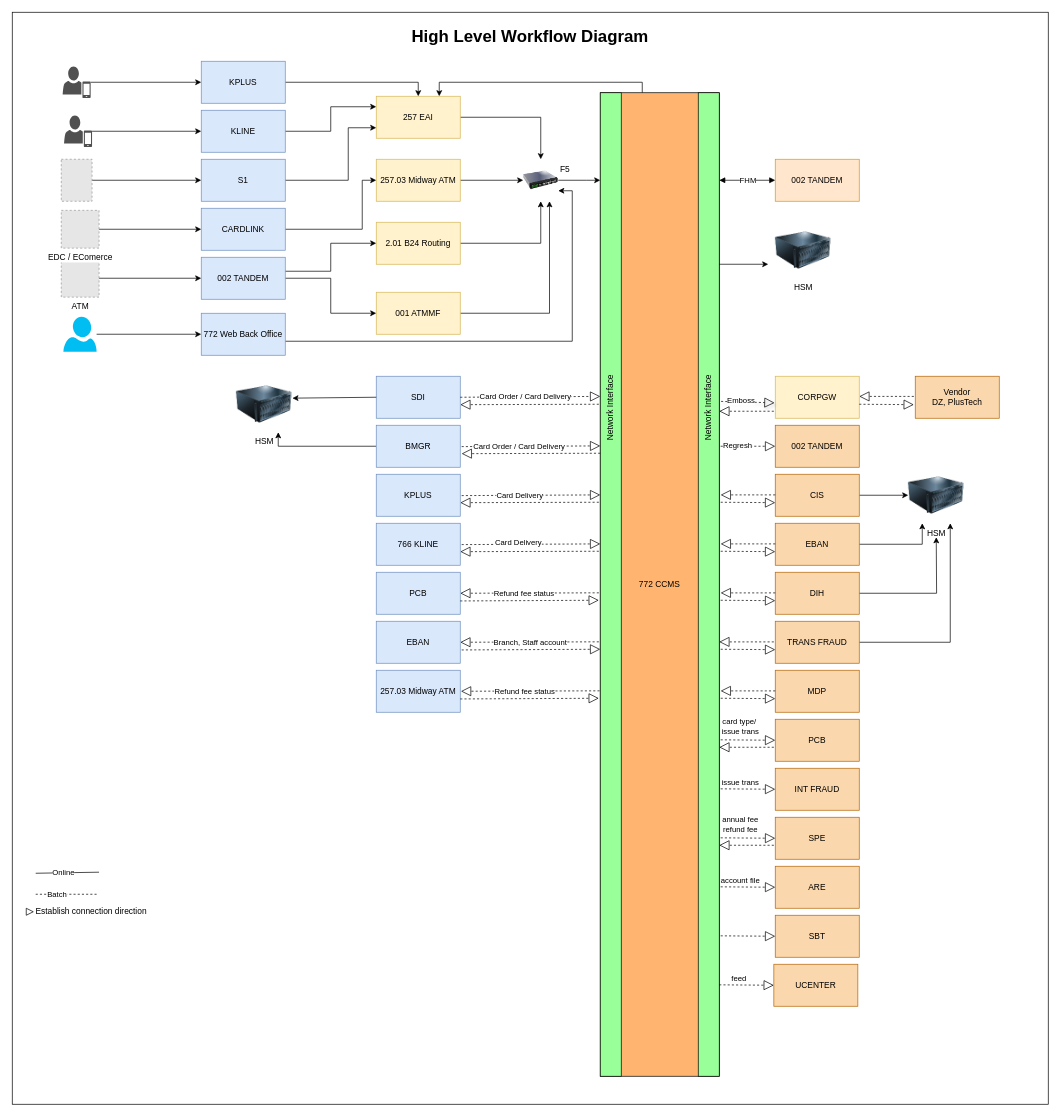
Above: page "High Level Diagram" (2 of 8) of CCMS_Diagram.drawio in chawaratr/drawio (draw.io), before the change. Source tidied: cells renumbered, new cells numbered last; positions are measured from the earlier drawing's top-left corner, leaving out a move shared by most shapes. Both pictures are drawn from the tidied source at 70%, with x=0, y=0 at pixel (12, 12). Pictures stored in the file or linked from it are replaced by grey dashed boxes.
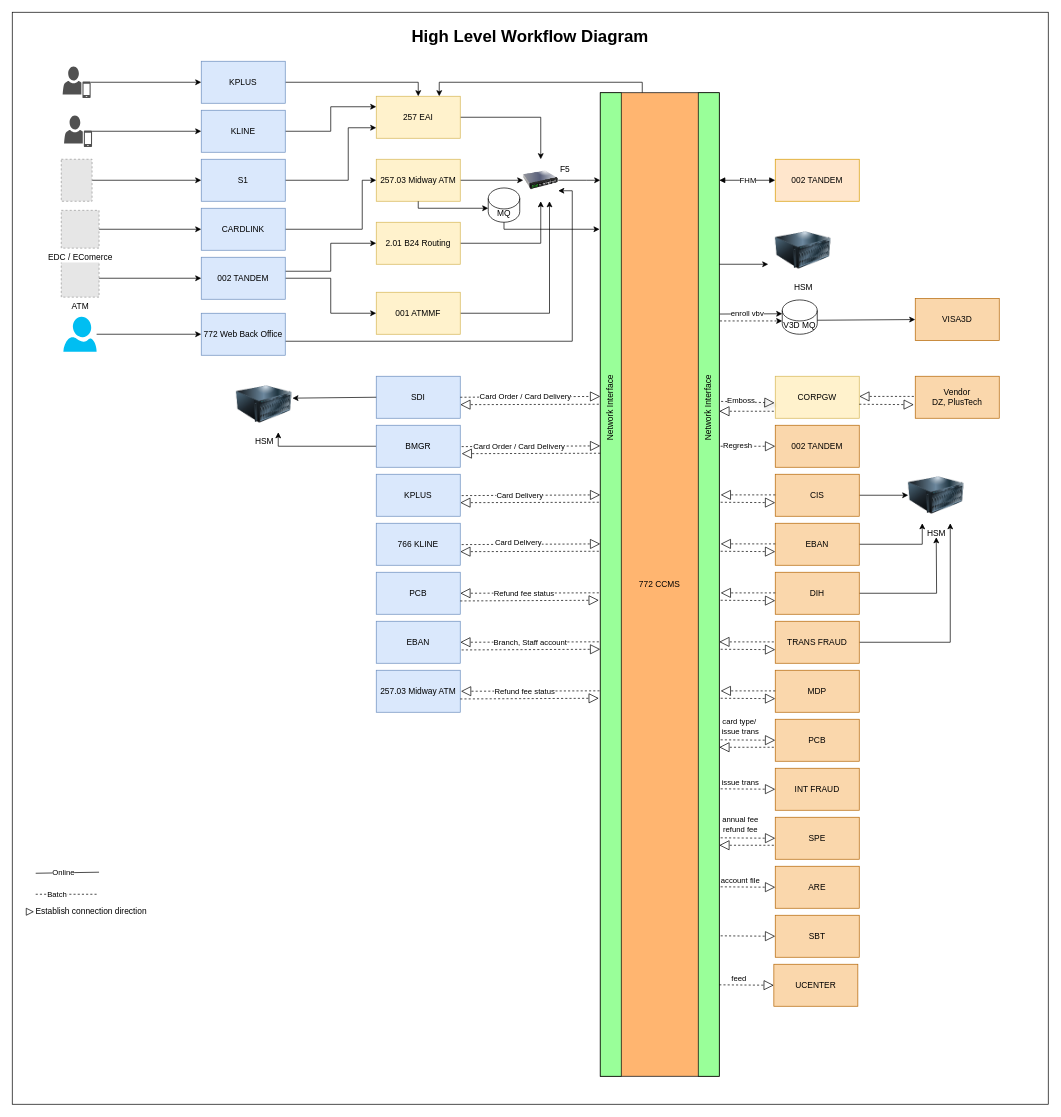
After the change.

Unchanged cells that the change refers to:
```xml
<mxCell id="10" value="257.03 Midway ATM" style="rounded=0;whiteSpace=wrap;html=1;fillColor=#fff2cc;strokeColor=#d6b656;" parent="1" vertex="1">
  <mxGeometry x="520" y="210" width="120" height="60" as="geometry" />
</mxCell>
<mxCell id="63" style="rounded=0;whiteSpace=wrap;html=1;fillColor=#99FF99;" parent="1" vertex="1">
  <mxGeometry x="980" y="115" width="30" height="1405" as="geometry" />
</mxCell>
```

Diff of the diagram source:
```diff
@@
+    <mxCell id="137" value="MQ" style="shape=cylinder3;whiteSpace=wrap;html=1;boundedLbl=1;backgroundOutline=1;size=15;" parent="1" vertex="1">
+      <mxGeometry x="680" y="251" width="45" height="49" as="geometry" />
+    </mxCell>
+    <mxCell id="138" style="edgeStyle=orthogonalEdgeStyle;rounded=0;jettySize=auto;html=1;exitX=0.5;exitY=1;exitDx=0;exitDy=0;" parent="1" edge="1" source="10">
+      <mxGeometry relative="1" as="geometry">
+        <mxPoint x="680" y="280" as="targetPoint" />
+        <Array as="points">
+          <mxPoint x="580" y="280" />
+        </Array>
+      </mxGeometry>
+    </mxCell>
+    <mxCell id="139" value="V3D MQ" style="shape=cylinder3;whiteSpace=wrap;html=1;boundedLbl=1;backgroundOutline=1;size=15;" parent="1" vertex="1">
+      <mxGeometry x="1100" y="411" width="50" height="49" as="geometry" />
+    </mxCell>
+    <mxCell id="140" style="endArrow=classic;html=1;rounded=0;entryX=0;entryY=0;entryDx=0;entryDy=19.75;entryPerimeter=0;exitX=1.029;exitY=0.225;exitDx=0;exitDy=0;exitPerimeter=0;" parent="1" edge="1" source="63" target="139">
+      <mxGeometry relative="1" as="geometry" />
+    </mxCell>
+    <mxCell id="141" value="enroll vbv" style="edgeLabel;html=1;align=center;verticalAlign=middle;" parent="140" vertex="1">
+      <mxGeometry x="-0.69" y="2" relative="1" as="geometry">
+        <mxPoint x="25" as="offset" />
+      </mxGeometry>
+    </mxCell>
+    <mxCell id="142" style="endArrow=classic;html=1;rounded=0;entryX=0;entryY=0;entryDx=0;entryDy=19.75;entryPerimeter=0;exitX=1.029;exitY=0.225;exitDx=0;exitDy=0;exitPerimeter=0;dashed=1;flowAnimation=1;" parent="1" edge="1">
+      <mxGeometry relative="1" as="geometry">
+        <mxPoint x="1011" y="441" as="sourcePoint" />
+        <mxPoint x="1100" y="441" as="targetPoint" />
+      </mxGeometry>
+    </mxCell>
+    <mxCell id="143" value="VISA3D" style="rounded=0;whiteSpace=wrap;html=1;fillColor=#fad7ac;strokeColor=#b46504;" parent="1" vertex="1">
+      <mxGeometry x="1290" y="409" width="120" height="60" as="geometry" />
+    </mxCell>
+    <mxCell id="144" style="endArrow=classic;html=1;rounded=0;entryX=0;entryY=0.5;entryDx=0;entryDy=0;" parent="1" edge="1" target="143">
+      <mxGeometry relative="1" as="geometry">
+        <mxPoint x="1150" y="440" as="sourcePoint" />
+      </mxGeometry>
+    </mxCell>
+    <mxCell id="145" style="edgeStyle=orthogonalEdgeStyle;rounded=0;jettySize=auto;html=1;" parent="1" edge="1" source="137">
+      <mxGeometry relative="1" as="geometry">
+        <mxPoint x="839" y="310" as="targetPoint" />
+        <Array as="points">
+          <mxPoint x="703" y="310" />
+          <mxPoint x="840" y="310" />
+        </Array>
+      </mxGeometry>
+    </mxCell>
```
